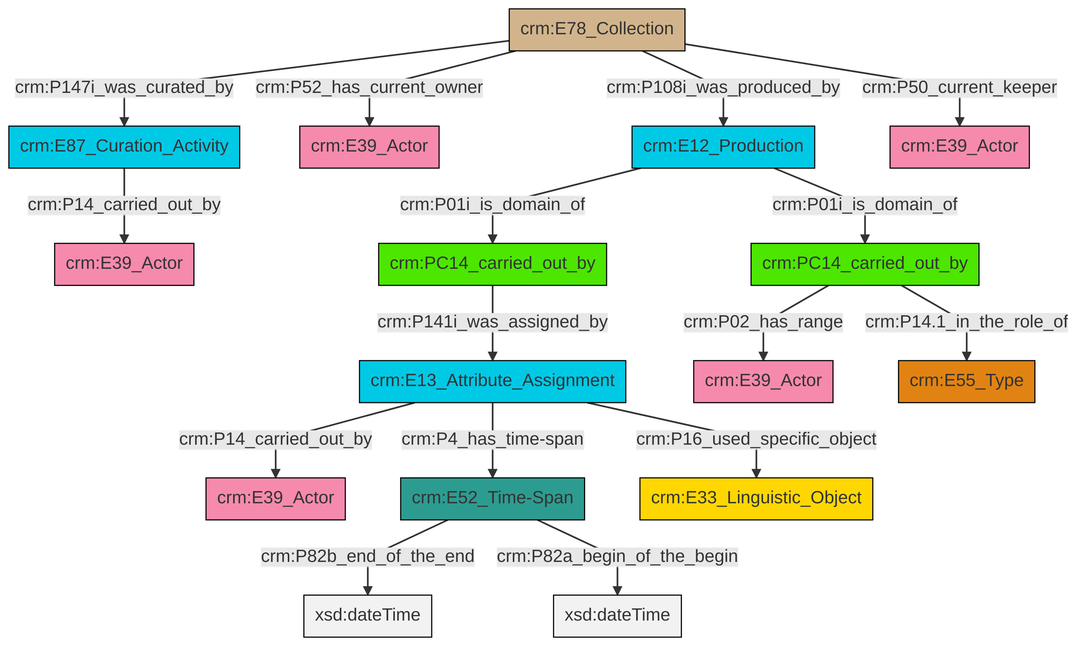
Before: et/archivalCSV/ttl/mmd/png/archival_relation.png, a diagram exported from Mermaid (swiss-art-research-net/docs.swissartresearch). Its source is kept beside it as et/archivalCSV/ttl/mmd/archival_relation.ttl.mmd.
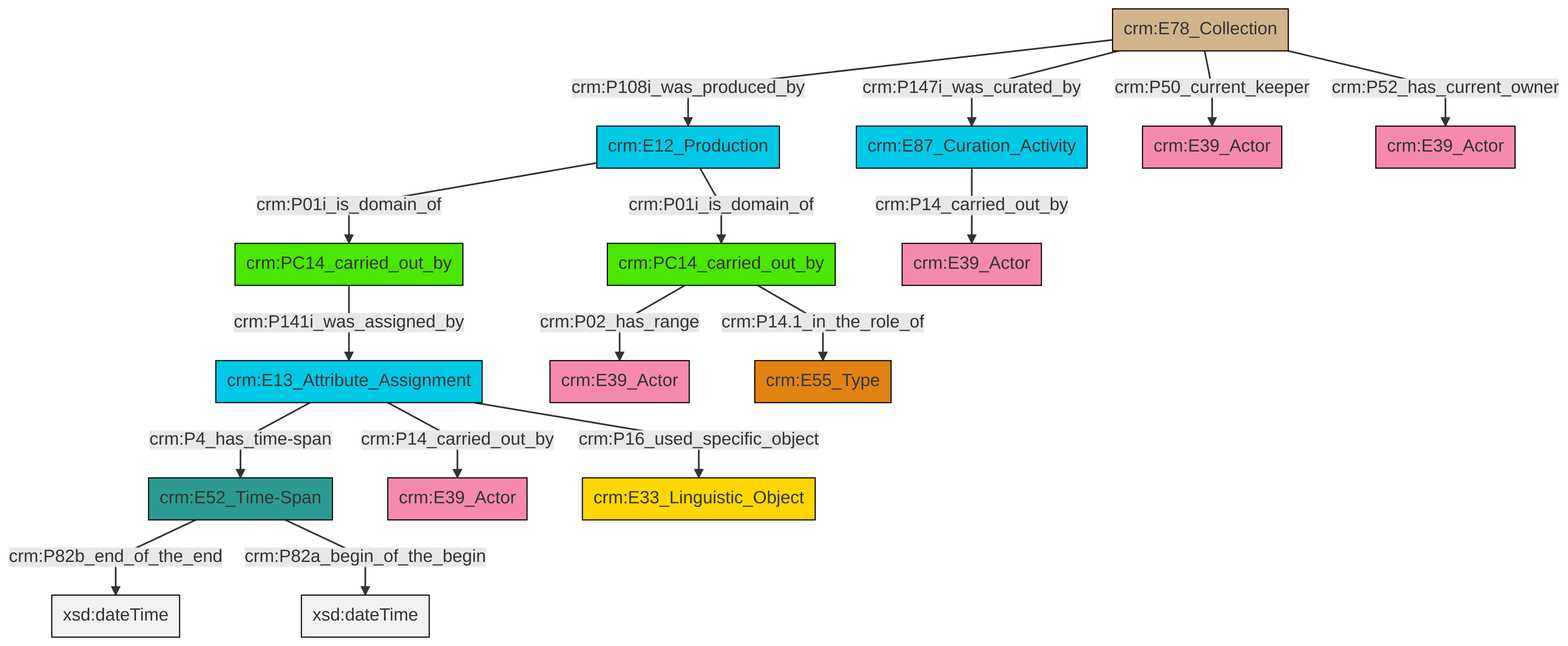
Above is the later version.

What changed in the source:
```diff
@@ -13,18 +13,18 @@
 classDef PC_Classes fill:#4ce600, stroke:#000000;
 classDef Multi fill:#cccccc,stroke:#000000;
 
-0["crm:E87_Curation_Activity"]:::Temporal_Entity -->|crm:P14_carried_out_by| 1["crm:E39_Actor"]:::Actor
-2["crm:E78_Collection"]:::Physical_Thing -->|crm:P52_has_current_owner| 3["crm:E39_Actor"]:::Actor
-2["crm:E78_Collection"]:::Physical_Thing -->|crm:P147i_was_curated_by| 0["crm:E87_Curation_Activity"]:::Temporal_Entity
-11["crm:E52_Time-Span"]:::Time-Span -->|crm:P82b_end_of_the_end| 12[xsd:dateTime]:::Literal
-9["crm:PC14_carried_out_by"]:::PC_Classes -->|crm:P02_has_range| 14["crm:E39_Actor"]:::Actor
-9["crm:PC14_carried_out_by"]:::PC_Classes -->|crm:P14.1_in_the_role_of| 17["crm:E55_Type"]:::Type
-19["crm:PC14_carried_out_by"]:::PC_Classes -->|crm:P141i_was_assigned_by| 7["crm:E13_Attribute_Assignment"]:::Temporal_Entity
-11["crm:E52_Time-Span"]:::Time-Span -->|crm:P82a_begin_of_the_begin| 22[xsd:dateTime]:::Literal
-2["crm:E78_Collection"]:::Physical_Thing -->|crm:P50_current_keeper| 20["crm:E39_Actor"]:::Actor
-7["crm:E13_Attribute_Assignment"]:::Temporal_Entity -->|crm:P16_used_specific_object| 23["crm:E33_Linguistic_Object"]:::Conceptual_Object
-15["crm:E12_Production"]:::Temporal_Entity -->|crm:P01i_is_domain_of| 9["crm:PC14_carried_out_by"]:::PC_Classes
-2["crm:E78_Collection"]:::Physical_Thing -->|crm:P108i_was_produced_by| 15["crm:E12_Production"]:::Temporal_Entity
-7["crm:E13_Attribute_Assignment"]:::Temporal_Entity -->|crm:P14_carried_out_by| 5["crm:E39_Actor"]:::Actor
-15["crm:E12_Production"]:::Temporal_Entity -->|crm:P01i_is_domain_of| 19["crm:PC14_carried_out_by"]:::PC_Classes
-7["crm:E13_Attribute_Assignment"]:::Temporal_Entity -->|crm:P4_has_time-span| 11["crm:E52_Time-Span"]:::Time-Span
+0["crm:E52_Time-Span"]:::Time-Span -->|crm:P82b_end_of_the_end| 1[xsd:dateTime]:::Literal
+4["crm:E12_Production"]:::Temporal_Entity -->|crm:P01i_is_domain_of| 5["crm:PC14_carried_out_by"]:::PC_Classes
+4["crm:E12_Production"]:::Temporal_Entity -->|crm:P01i_is_domain_of| 6["crm:PC14_carried_out_by"]:::PC_Classes
+7["crm:E13_Attribute_Assignment"]:::Temporal_Entity -->|crm:P14_carried_out_by| 8["crm:E39_Actor"]:::Actor
+5["crm:PC14_carried_out_by"]:::PC_Classes -->|crm:P02_has_range| 9["crm:E39_Actor"]:::Actor
+7["crm:E13_Attribute_Assignment"]:::Temporal_Entity -->|crm:P4_has_time-span| 0["crm:E52_Time-Span"]:::Time-Span
+2["crm:E78_Collection"]:::Physical_Thing -->|crm:P50_current_keeper| 12["crm:E39_Actor"]:::Actor
+5["crm:PC14_carried_out_by"]:::PC_Classes -->|crm:P14.1_in_the_role_of| 18["crm:E55_Type"]:::Type
+2["crm:E78_Collection"]:::Physical_Thing -->|crm:P108i_was_produced_by| 4["crm:E12_Production"]:::Temporal_Entity
+0["crm:E52_Time-Span"]:::Time-Span -->|crm:P82a_begin_of_the_begin| 19[xsd:dateTime]:::Literal
+6["crm:PC14_carried_out_by"]:::PC_Classes -->|crm:P141i_was_assigned_by| 7["crm:E13_Attribute_Assignment"]:::Temporal_Entity
+7["crm:E13_Attribute_Assignment"]:::Temporal_Entity -->|crm:P16_used_specific_object| 21["crm:E33_Linguistic_Object"]:::Conceptual_Object
+2["crm:E78_Collection"]:::Physical_Thing -->|crm:P147i_was_curated_by| 10["crm:E87_Curation_Activity"]:::Temporal_Entity
+2["crm:E78_Collection"]:::Physical_Thing -->|crm:P52_has_current_owner| 24["crm:E39_Actor"]:::Actor
+10["crm:E87_Curation_Activity"]:::Temporal_Entity -->|crm:P14_carried_out_by| 13["crm:E39_Actor"]:::Actor
```
